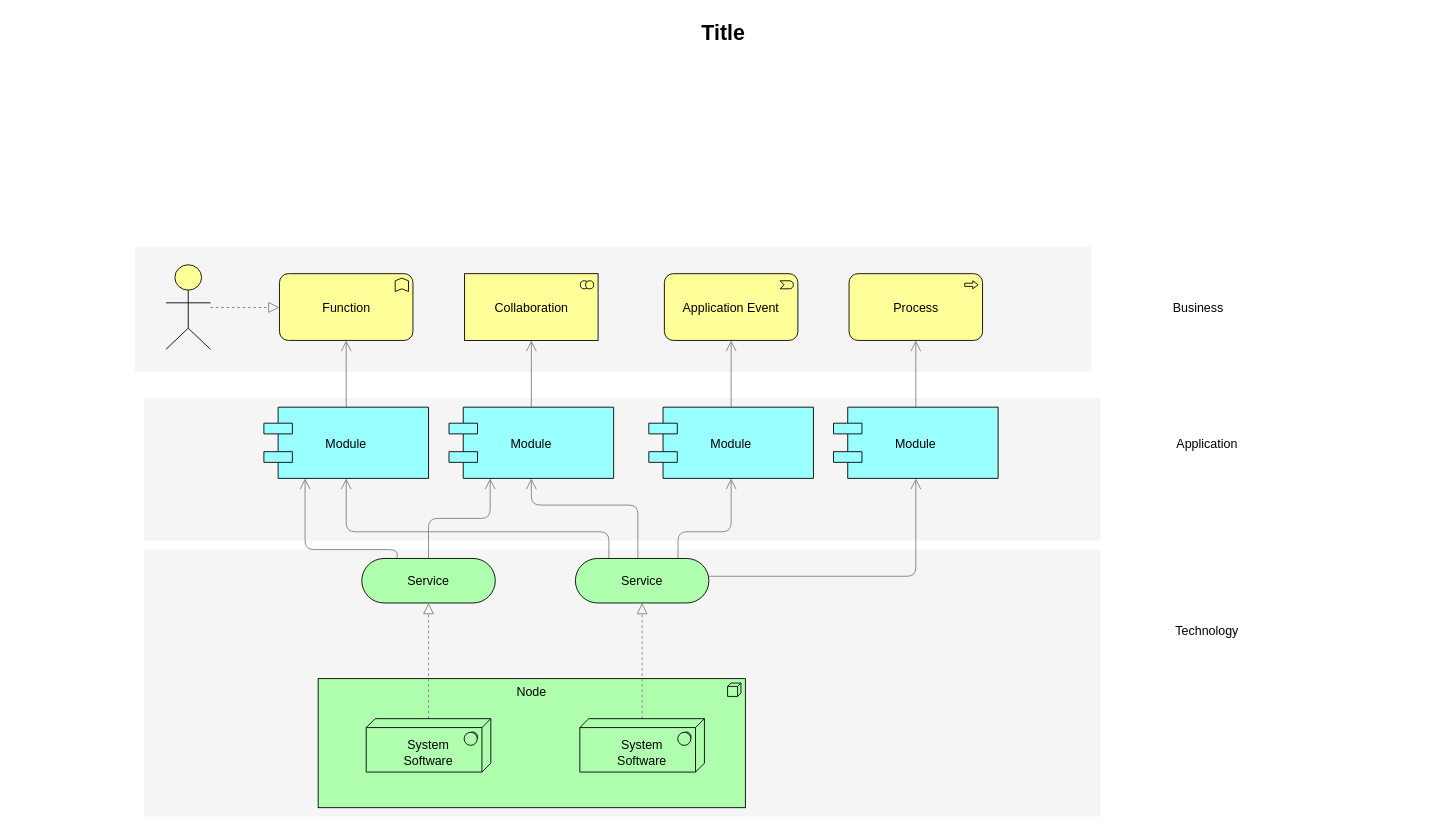
This is Test Diagram.drawio from kaoanaa/drawio, a draw.io file, before an edit. Source tidied: cells renumbered, new cells numbered last; positions are measured from the earlier drawing's top-left corner, leaving out a move shared by most shapes. Both pictures are drawn from the tidied source at 89%, with x=0, y=0 at pixel (15, 15).
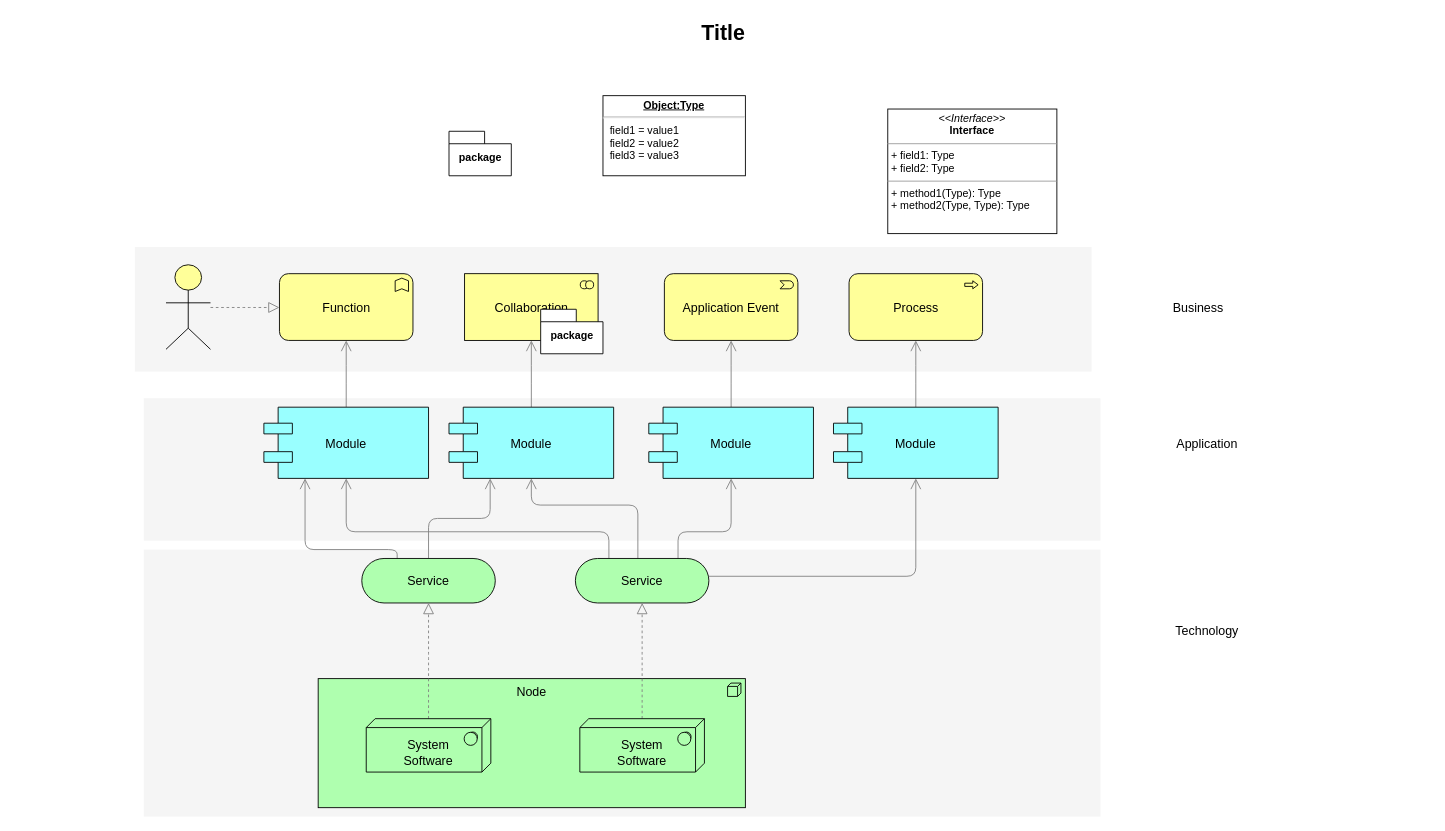
Above is the later version.

What changed in the source:
```diff
@@
+    <mxCell id="36" value="package" style="shape=folder;fontStyle=1;spacingTop=10;tabWidth=40;tabHeight=14;tabPosition=left;html=1;" parent="1" vertex="1">
+      <mxGeometry x="590" y="330" width="70" height="50" as="geometry" />
+    </mxCell>
+    <mxCell id="37" value="package" style="shape=folder;fontStyle=1;spacingTop=10;tabWidth=40;tabHeight=14;tabPosition=left;html=1;" parent="1" vertex="1">
+      <mxGeometry x="487" y="130" width="70" height="50" as="geometry" />
+    </mxCell>
+    <mxCell id="38" value="&lt;p style=&quot;margin:0px;margin-top:4px;text-align:center;text-decoration:underline;&quot;&gt;&lt;b&gt;Object:Type&lt;/b&gt;&lt;/p&gt;&lt;hr/&gt;&lt;p style=&quot;margin:0px;margin-left:8px;&quot;&gt;field1 = value1&lt;br/&gt;field2 = value2&lt;br&gt;field3 = value3&lt;/p&gt;" style="verticalAlign=top;align=left;overflow=fill;fontSize=12;fontFamily=Helvetica;html=1;" parent="1" vertex="1">
+      <mxGeometry x="660" y="90" width="160" height="90" as="geometry" />
+    </mxCell>
+    <mxCell id="39" value="&lt;p style=&quot;margin:0px;margin-top:4px;text-align:center;&quot;&gt;&lt;i&gt;&amp;lt;&amp;lt;Interface&amp;gt;&amp;gt;&lt;/i&gt;&lt;br/&gt;&lt;b&gt;Interface&lt;/b&gt;&lt;/p&gt;&lt;hr size=&quot;1&quot;/&gt;&lt;p style=&quot;margin:0px;margin-left:4px;&quot;&gt;+ field1: Type&lt;br/&gt;+ field2: Type&lt;/p&gt;&lt;hr size=&quot;1&quot;/&gt;&lt;p style=&quot;margin:0px;margin-left:4px;&quot;&gt;+ method1(Type): Type&lt;br/&gt;+ method2(Type, Type): Type&lt;/p&gt;" style="verticalAlign=top;align=left;overflow=fill;fontSize=12;fontFamily=Helvetica;html=1;" parent="1" vertex="1">
+      <mxGeometry x="980" y="105" width="190" height="140" as="geometry" />
+    </mxCell>
```
